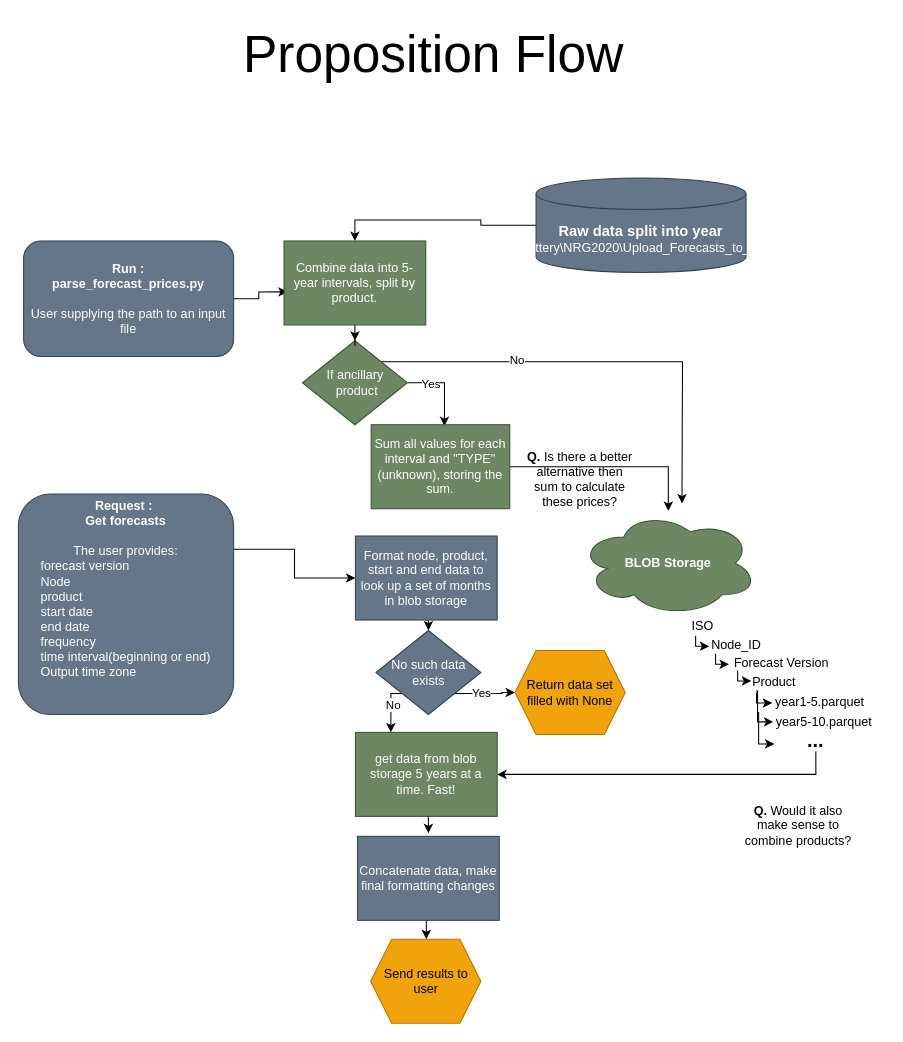
The draw.io diagram page "Page-2" (2 of 2) of design_prop_1.drawio in rmFlynn/Wrighton_diagrams, before the edit. Source tidied: cells renumbered, new cells numbered last; positions are measured from the earlier drawing's top-left corner, leaving out a move shared by most shapes. Both pictures are drawn from the tidied source at 105%, with x=0, y=0 at pixel (18, 18).
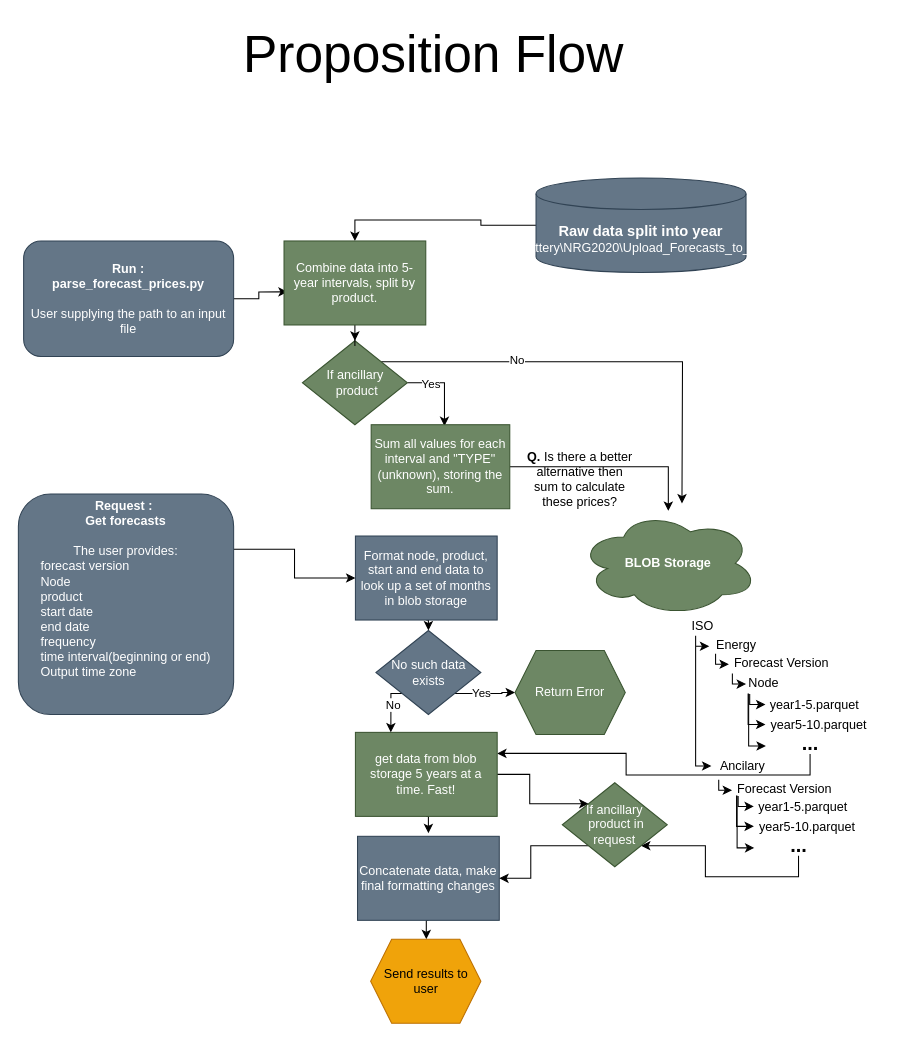
The same page after the edit.

The change refers to these unchanged cells:
```xml
<mxCell id="25" value="get data from blob storage 5 years at a time. Fast!" style="rounded=0;whiteSpace=wrap;html=1;fillColor=#6d8764;strokeColor=#3A5431;fontColor=#ffffff;" parent="1" vertex="1">
  <mxGeometry x="321" y="680" width="135" height="80" as="geometry" />
</mxCell>
<mxCell id="27" value="Concatenate data, make final formatting changes " style="rounded=0;whiteSpace=wrap;html=1;fillColor=#647687;fontColor=#ffffff;strokeColor=#314354;" parent="1" vertex="1">
  <mxGeometry x="323" y="779" width="135" height="80" as="geometry" />
</mxCell>
```

Change to the diagram source:
```diff
@@
-    <mxCell id="5" value="Node_ID" style="text;html=1;strokeColor=none;fillColor=none;align=center;verticalAlign=middle;whiteSpace=wrap;rounded=0;" parent="1" vertex="1">
+    <mxCell id="5" value="Energy" style="text;html=1;strokeColor=none;fillColor=none;align=center;verticalAlign=middle;whiteSpace=wrap;rounded=0;" parent="1" vertex="1">
       <mxGeometry x="654" y="587" width="60" height="20" as="geometry" />
     </mxCell>
@@
     <mxCell id="7" style="edgeStyle=orthogonalEdgeStyle;rounded=0;orthogonalLoop=1;jettySize=auto;html=1;exitX=0;exitY=1;exitDx=0;exitDy=0;strokeColor=#000000;" parent="1" edge="1">
       <mxGeometry relative="1" as="geometry">
-        <mxPoint x="703" y="642" as="sourcePoint" />
-        <mxPoint x="718" y="652" as="targetPoint" />
+        <mxPoint x="696.5" y="643.5" as="sourcePoint" />
+        <mxPoint x="711.5" y="653.5" as="targetPoint" />
         <Array as="points">
-          <mxPoint x="703" y="652" />
+          <mxPoint x="696.5" y="653.5" />
         </Array>
       </mxGeometry>
     </mxCell>
-    <mxCell id="8" value="Product" style="text;html=1;strokeColor=none;fillColor=none;align=center;verticalAlign=middle;whiteSpace=wrap;rounded=0;" parent="1" vertex="1">
-      <mxGeometry x="695" y="622" width="50" height="20" as="geometry" />
-    </mxCell>
     <mxCell id="9" value="year5-10.parquet" style="text;html=1;strokeColor=none;fillColor=none;align=center;verticalAlign=middle;whiteSpace=wrap;rounded=0;" parent="1" vertex="1">
-      <mxGeometry x="710" y="660" width="115" height="20" as="geometry" />
+      <mxGeometry x="704.5" y="662.5" width="115" height="20" as="geometry" />
     </mxCell>
@@
     <mxCell id="21" value="year1-5.parquet" style="text;html=1;strokeColor=none;fillColor=none;align=center;verticalAlign=middle;whiteSpace=wrap;rounded=0;" parent="1" vertex="1">
-      <mxGeometry x="706" y="641" width="115" height="20" as="geometry" />
+      <mxGeometry x="700.5" y="643.5" width="115" height="20" as="geometry" />
     </mxCell>
-    <mxCell id="22" style="edgeStyle=orthogonalEdgeStyle;rounded=0;jettySize=auto;html=1;exitX=0.5;exitY=1;exitDx=0;exitDy=0;" parent="1" edge="1" source="23" target="25">
+    <mxCell id="22" style="edgeStyle=orthogonalEdgeStyle;rounded=0;jettySize=auto;html=1;exitX=0.5;exitY=1;exitDx=0;exitDy=0;entryX=1;entryY=0.25;entryDx=0;entryDy=0;" parent="1" edge="1" source="23" target="25">
       <mxGeometry relative="1" as="geometry" />
     </mxCell>
     <mxCell id="23" value="&lt;p style=&quot;line-height: 140%; font-size: 13px;&quot;&gt;&lt;font size=&quot;1&quot;&gt;&lt;b style=&quot;font-size: 19px;&quot;&gt;...&lt;/b&gt;&lt;/font&gt;&lt;/p&gt;" style="text;html=1;strokeColor=none;fillColor=none;align=center;verticalAlign=middle;whiteSpace=wrap;rounded=0;" parent="1" vertex="1">
-      <mxGeometry x="707" y="680" width="105" height="18" as="geometry" />
+      <mxGeometry x="701.5" y="682.5" width="105" height="18" as="geometry" />
     </mxCell>
@@
+    <mxCell id="48" style="edgeStyle=orthogonalEdgeStyle;rounded=0;jettySize=auto;html=1;exitX=1;exitY=0.5;exitDx=0;exitDy=0;entryX=0;entryY=0;entryDx=0;entryDy=0;" parent="1" edge="1" source="25" target="64">
+      <mxGeometry relative="1" as="geometry" />
+    </mxCell>
@@
-    <mxCell id="35" value="Return data set filled with None" style="shape=hexagon;perimeter=hexagonPerimeter2;whiteSpace=wrap;html=1;fixedSize=1;fillColor=#f0a30a;fontColor=#000000;strokeColor=#BD7000;" parent="1" vertex="1">
+    <mxCell id="35" value="Return Error" style="shape=hexagon;perimeter=hexagonPerimeter2;whiteSpace=wrap;html=1;fixedSize=1;fillColor=#6d8764;fontColor=#ffffff;strokeColor=#3A5431;" parent="1" vertex="1">
       <mxGeometry x="473" y="602" width="105" height="80" as="geometry" />
     </mxCell>
@@
-    <mxCell id="44" style="edgeStyle=orthogonalEdgeStyle;rounded=0;orthogonalLoop=1;jettySize=auto;html=1;entryX=-0.003;entryY=0.557;entryDx=0;entryDy=0;strokeColor=#000000;entryPerimeter=0;" parent="1" edge="1">
-      <mxGeometry relative="1" as="geometry">
-        <mxPoint x="685" y="621" as="sourcePoint" />
-        <mxPoint x="698" y="631" as="targetPoint" />
-        <Array as="points">
-          <mxPoint x="685" y="631" />
-        </Array>
-      </mxGeometry>
-    </mxCell>
-    <mxCell id="45" style="edgeStyle=orthogonalEdgeStyle;rounded=0;jettySize=auto;html=1;exitX=0.151;exitY=0.925;exitDx=0;exitDy=0;strokeColor=#000000;exitPerimeter=0;" parent="1" edge="1" source="8">
+    <mxCell id="45" style="edgeStyle=orthogonalEdgeStyle;rounded=0;orthogonalLoop=1;jettySize=auto;html=1;exitX=0.151;exitY=0.925;exitDx=0;exitDy=0;strokeColor=#000000;exitPerimeter=0;" parent="1" edge="1">
       <mxGeometry relative="1" as="geometry">
-        <mxPoint x="719" y="670" as="targetPoint" />
+        <mxPoint x="695" y="643" as="sourcePoint" />
+        <mxPoint x="711.5" y="672.5" as="targetPoint" />
         <Array as="points">
-          <mxPoint x="704" y="640" />
-          <mxPoint x="704" y="670" />
+          <mxPoint x="695.5" y="672.5" />
         </Array>
       </mxGeometry>
     </mxCell>
-    <mxCell id="46" style="edgeStyle=orthogonalEdgeStyle;rounded=0;orthogonalLoop=1;jettySize=auto;html=1;exitX=0.151;exitY=0.925;exitDx=0;exitDy=0;strokeColor=#000000;exitPerimeter=0;" parent="1" edge="1">
-      <mxGeometry relative="1" as="geometry">
-        <mxPoint x="704" y="661" as="sourcePoint" />
-        <mxPoint x="720" y="691" as="targetPoint" />
-        <Array as="points">
-          <mxPoint x="705" y="661" />
-          <mxPoint x="705" y="691" />
-        </Array>
-      </mxGeometry>
-    </mxCell>
-    <mxCell id="47" value="&lt;b&gt;Q.&lt;/b&gt; Would it also make sense to combine products?" style="text;html=1;strokeColor=none;fillColor=none;align=center;verticalAlign=middle;whiteSpace=wrap;rounded=0;" parent="1" vertex="1">
-      <mxGeometry x="688" y="732" width="110" height="74" as="geometry" />
-    </mxCell>
+    <mxCell id="49" value="&lt;div&gt;Ancilary&lt;/div&gt;" style="text;html=1;strokeColor=none;fillColor=none;align=center;verticalAlign=middle;whiteSpace=wrap;rounded=0;" parent="1" vertex="1">
+      <mxGeometry x="660" y="702" width="60" height="20" as="geometry" />
+    </mxCell>
+    <mxCell id="50" style="edgeStyle=orthogonalEdgeStyle;rounded=0;orthogonalLoop=1;jettySize=auto;html=1;strokeColor=#000000;exitX=0.011;exitY=0.838;exitDx=0;exitDy=0;exitPerimeter=0;" parent="1" edge="1">
+      <mxGeometry relative="1" as="geometry">
+        <mxPoint x="695.5" y="643.3" as="sourcePoint" />
+        <mxPoint x="711.9" y="693" as="targetPoint" />
+        <Array as="points">
+          <mxPoint x="695.5" y="693.5" />
+        </Array>
+      </mxGeometry>
+    </mxCell>
+    <mxCell id="51" value="Node" style="text;html=1;strokeColor=none;fillColor=none;align=center;verticalAlign=middle;whiteSpace=wrap;rounded=0;" parent="1" vertex="1">
+      <mxGeometry x="660" y="623" width="100" height="20" as="geometry" />
+    </mxCell>
+    <mxCell id="52" style="edgeStyle=orthogonalEdgeStyle;rounded=0;orthogonalLoop=1;jettySize=auto;html=1;entryX=-0.003;entryY=0.557;entryDx=0;entryDy=0;strokeColor=#000000;entryPerimeter=0;" parent="1" edge="1">
+      <mxGeometry relative="1" as="geometry">
+        <mxPoint x="680" y="624" as="sourcePoint" />
+        <mxPoint x="693" y="634" as="targetPoint" />
+        <Array as="points">
+          <mxPoint x="680" y="634" />
+        </Array>
+      </mxGeometry>
+    </mxCell>
+    <mxCell id="53" style="edgeStyle=orthogonalEdgeStyle;rounded=0;jettySize=auto;html=1;strokeColor=#000000;" parent="1" edge="1" target="49">
+      <mxGeometry relative="1" as="geometry">
+        <mxPoint x="645" y="598" as="sourcePoint" />
+        <Array as="points">
+          <mxPoint x="645" y="712" />
+        </Array>
+      </mxGeometry>
+    </mxCell>
+    <mxCell id="54" value="Forecast Version" style="text;html=1;strokeColor=none;fillColor=none;align=center;verticalAlign=middle;whiteSpace=wrap;rounded=0;" parent="1" vertex="1">
+      <mxGeometry x="680" y="724" width="100" height="20" as="geometry" />
+    </mxCell>
+    <mxCell id="55" style="edgeStyle=orthogonalEdgeStyle;rounded=0;orthogonalLoop=1;jettySize=auto;html=1;exitX=0;exitY=1;exitDx=0;exitDy=0;strokeColor=#000000;" parent="1" edge="1">
+      <mxGeometry relative="1" as="geometry">
+        <mxPoint x="685.5" y="740.5" as="sourcePoint" />
+        <mxPoint x="700.5" y="750.5" as="targetPoint" />
+        <Array as="points">
+          <mxPoint x="685.5" y="750.5" />
+        </Array>
+      </mxGeometry>
+    </mxCell>
+    <mxCell id="56" value="year5-10.parquet" style="text;html=1;strokeColor=none;fillColor=none;align=center;verticalAlign=middle;whiteSpace=wrap;rounded=0;" parent="1" vertex="1">
+      <mxGeometry x="693.5" y="759.5" width="115" height="20" as="geometry" />
+    </mxCell>
+    <mxCell id="57" value="year1-5.parquet" style="text;html=1;strokeColor=none;fillColor=none;align=center;verticalAlign=middle;whiteSpace=wrap;rounded=0;" parent="1" vertex="1">
+      <mxGeometry x="689.5" y="740.5" width="115" height="20" as="geometry" />
+    </mxCell>
+    <mxCell id="58" style="edgeStyle=orthogonalEdgeStyle;rounded=0;jettySize=auto;html=1;exitX=0.5;exitY=1;exitDx=0;exitDy=0;entryX=1;entryY=1;entryDx=0;entryDy=0;" parent="1" edge="1" source="59" target="64">
+      <mxGeometry relative="1" as="geometry" />
+    </mxCell>
+    <mxCell id="59" value="&lt;p style=&quot;line-height: 140%; font-size: 13px;&quot;&gt;&lt;font size=&quot;1&quot;&gt;&lt;b style=&quot;font-size: 19px;&quot;&gt;...&lt;/b&gt;&lt;/font&gt;&lt;/p&gt;" style="text;html=1;strokeColor=none;fillColor=none;align=center;verticalAlign=middle;whiteSpace=wrap;rounded=0;" parent="1" vertex="1">
+      <mxGeometry x="690.5" y="779.5" width="105" height="18" as="geometry" />
+    </mxCell>
+    <mxCell id="60" style="edgeStyle=orthogonalEdgeStyle;rounded=0;jettySize=auto;html=1;entryX=-0.003;entryY=0.557;entryDx=0;entryDy=0;strokeColor=#000000;entryPerimeter=0;" parent="1" edge="1" target="54">
+      <mxGeometry relative="1" as="geometry">
+        <mxPoint x="667" y="725" as="sourcePoint" />
+        <Array as="points">
+          <mxPoint x="667" y="735" />
+        </Array>
+      </mxGeometry>
+    </mxCell>
+    <mxCell id="61" style="edgeStyle=orthogonalEdgeStyle;rounded=0;orthogonalLoop=1;jettySize=auto;html=1;exitX=0.151;exitY=0.925;exitDx=0;exitDy=0;strokeColor=#000000;exitPerimeter=0;" parent="1" edge="1">
+      <mxGeometry relative="1" as="geometry">
+        <mxPoint x="684" y="740" as="sourcePoint" />
+        <mxPoint x="700.5" y="769.5" as="targetPoint" />
+        <Array as="points">
+          <mxPoint x="684.5" y="769.5" />
+        </Array>
+      </mxGeometry>
+    </mxCell>
+    <mxCell id="62" style="edgeStyle=orthogonalEdgeStyle;rounded=0;orthogonalLoop=1;jettySize=auto;html=1;strokeColor=#000000;exitX=0.011;exitY=0.838;exitDx=0;exitDy=0;exitPerimeter=0;" parent="1" edge="1">
+      <mxGeometry relative="1" as="geometry">
+        <mxPoint x="684.5" y="740.3" as="sourcePoint" />
+        <mxPoint x="700.9" y="790" as="targetPoint" />
+        <Array as="points">
+          <mxPoint x="684.5" y="790.5" />
+        </Array>
+      </mxGeometry>
+    </mxCell>
+    <mxCell id="63" style="edgeStyle=orthogonalEdgeStyle;rounded=0;jettySize=auto;html=1;exitX=0;exitY=1;exitDx=0;exitDy=0;entryX=1;entryY=0.5;entryDx=0;entryDy=0;" parent="1" edge="1" source="64" target="27">
+      <mxGeometry relative="1" as="geometry" />
+    </mxCell>
+    <mxCell id="64" value="&lt;div&gt;If ancillary&lt;/div&gt;&lt;div&gt;&amp;nbsp;product in request&lt;br&gt;&lt;/div&gt;" style="rhombus;whiteSpace=wrap;html=1;fillColor=#6d8764;fontColor=#ffffff;strokeColor=#3A5431;" parent="1" vertex="1">
+      <mxGeometry x="518" y="728" width="100" height="80" as="geometry" />
+    </mxCell>
```
